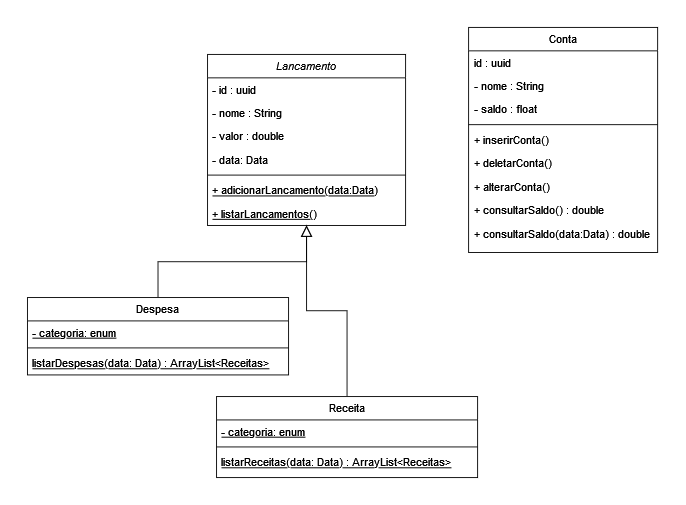
iaraoliveira/dindin keeps this draw.io diagram as .github/diagramaDinDin.drawio.png. Above is the earlier version. Source tidied: cells renumbered, new cells last; positions are measured from the earlier drawing's top-left corner, leaving out a move shared by most shapes. Its diagram source:
```xml
<mxGraphModel>
  <root>
    <mxCell id="0" />
    <mxCell id="1" parent="0" />
    <mxCell id="2" value="Lancamento" style="swimlane;fontStyle=2;align=center;verticalAlign=top;horizontal=1;startSize=26;rounded=0;shadow=0;strokeWidth=1;" parent="1" vertex="1">
      <mxGeometry x="200" y="30" width="220" height="190" as="geometry" />
    </mxCell>
    <mxCell id="3" value="- id : uuid" style="text;align=left;verticalAlign=top;spacingLeft=4;spacingRight=4;overflow=hidden;" parent="2" vertex="1">
      <mxGeometry y="26" width="220" height="26" as="geometry" />
    </mxCell>
    <mxCell id="4" value="- nome : String" style="text;align=left;verticalAlign=top;spacingLeft=4;spacingRight=4;overflow=hidden;" parent="2" vertex="1">
      <mxGeometry y="52" width="220" height="26" as="geometry" />
    </mxCell>
    <mxCell id="5" value="- valor : double" style="text;align=left;verticalAlign=top;spacingLeft=4;spacingRight=4;overflow=hidden;rounded=0;shadow=0;html=0;" parent="2" vertex="1">
      <mxGeometry y="78" width="220" height="26" as="geometry" />
    </mxCell>
    <mxCell id="6" value="- data: Data" style="text;align=left;verticalAlign=top;spacingLeft=4;spacingRight=4;overflow=hidden;rounded=0;shadow=0;html=0;" parent="2" vertex="1">
      <mxGeometry y="104" width="220" height="26" as="geometry" />
    </mxCell>
    <mxCell id="7" style="line;html=1;strokeWidth=1;align=left;verticalAlign=middle;spacingTop=-1;spacingLeft=3;spacingRight=3;labelPosition=right;" parent="2" vertex="1">
      <mxGeometry y="130" width="220" height="8" as="geometry" />
    </mxCell>
    <mxCell id="8" value="+ adicionarLancamento(data:Data)" style="text;align=left;verticalAlign=top;spacingLeft=4;spacingRight=4;overflow=hidden;fontStyle=4;" parent="2" vertex="1">
      <mxGeometry y="138" width="220" height="26" as="geometry" />
    </mxCell>
    <mxCell id="9" value="+ listarLancamentos()" style="text;align=left;verticalAlign=top;spacingLeft=4;spacingRight=4;overflow=hidden;fontStyle=4;" parent="2" vertex="1">
      <mxGeometry y="164" width="220" height="26" as="geometry" />
    </mxCell>
    <mxCell id="10" value="Receita" style="swimlane;fontStyle=0;align=center;verticalAlign=top;horizontal=1;startSize=26;rounded=0;shadow=0;strokeWidth=1;" parent="1" vertex="1">
      <mxGeometry x="210" y="410" width="290" height="90" as="geometry" />
    </mxCell>
    <mxCell id="11" value="- categoria: enum" style="text;align=left;verticalAlign=top;spacingLeft=4;spacingRight=4;overflow=hidden;fontStyle=4;" parent="10" vertex="1">
      <mxGeometry y="26" width="290" height="26" as="geometry" />
    </mxCell>
    <mxCell id="12" style="line;html=1;strokeWidth=1;align=left;verticalAlign=middle;spacingTop=-1;spacingLeft=3;spacingRight=3;labelPosition=right;" parent="10" vertex="1">
      <mxGeometry y="52" width="290" height="8" as="geometry" />
    </mxCell>
    <mxCell id="13" value="listarReceitas(data: Data) : ArrayList&lt;Receitas&gt;" style="text;align=left;verticalAlign=top;spacingLeft=4;spacingRight=4;overflow=hidden;fontStyle=4;" parent="10" vertex="1">
      <mxGeometry y="60" width="290" height="26" as="geometry" />
    </mxCell>
    <mxCell id="14" style="endArrow=block;endSize=10;endFill=0;shadow=0;strokeWidth=1;rounded=0;edgeStyle=elbowEdgeStyle;elbow=vertical;" parent="1" edge="1" source="10" target="2">
      <mxGeometry relative="1" as="geometry" />
    </mxCell>
    <mxCell id="15" value="Despesa" style="swimlane;fontStyle=0;align=center;verticalAlign=top;horizontal=1;startSize=26;rounded=0;shadow=0;strokeWidth=1;" parent="1" vertex="1">
      <mxGeometry y="300" width="290" height="86" as="geometry" />
    </mxCell>
    <mxCell id="16" value="- categoria: enum" style="text;align=left;verticalAlign=top;spacingLeft=4;spacingRight=4;overflow=hidden;fontStyle=4;" parent="15" vertex="1">
      <mxGeometry y="26" width="290" height="26" as="geometry" />
    </mxCell>
    <mxCell id="17" style="line;html=1;strokeWidth=1;align=left;verticalAlign=middle;spacingTop=-1;spacingLeft=3;spacingRight=3;labelPosition=right;" parent="15" vertex="1">
      <mxGeometry y="52" width="290" height="8" as="geometry" />
    </mxCell>
    <mxCell id="18" value="listarDespesas(data: Data) : ArrayList&lt;Receitas&gt;" style="text;align=left;verticalAlign=top;spacingLeft=4;spacingRight=4;overflow=hidden;fontStyle=4;" parent="15" vertex="1">
      <mxGeometry y="60" width="290" height="26" as="geometry" />
    </mxCell>
    <mxCell id="19" style="endArrow=block;endSize=10;endFill=0;shadow=0;strokeWidth=1;rounded=0;edgeStyle=elbowEdgeStyle;elbow=vertical;" parent="1" edge="1" source="15" target="2">
      <mxGeometry relative="1" as="geometry" />
    </mxCell>
    <mxCell id="20" value="Conta" style="swimlane;fontStyle=0;align=center;verticalAlign=top;horizontal=1;startSize=26;rounded=0;shadow=0;strokeWidth=1;" parent="1" vertex="1">
      <mxGeometry x="490" width="210" height="250" as="geometry" />
    </mxCell>
    <mxCell id="21" value="id : uuid" style="text;align=left;verticalAlign=top;spacingLeft=4;spacingRight=4;overflow=hidden;" parent="20" vertex="1">
      <mxGeometry y="26" width="210" height="26" as="geometry" />
    </mxCell>
    <mxCell id="22" value="- nome : String" style="text;align=left;verticalAlign=top;spacingLeft=4;spacingRight=4;overflow=hidden;rounded=0;shadow=0;html=0;" parent="20" vertex="1">
      <mxGeometry y="52" width="210" height="26" as="geometry" />
    </mxCell>
    <mxCell id="23" value="- saldo : float" style="text;align=left;verticalAlign=top;spacingLeft=4;spacingRight=4;overflow=hidden;rounded=0;shadow=0;html=0;" parent="20" vertex="1">
      <mxGeometry y="78" width="210" height="26" as="geometry" />
    </mxCell>
    <mxCell id="24" style="line;html=1;strokeWidth=1;align=left;verticalAlign=middle;spacingTop=-1;spacingLeft=3;spacingRight=3;labelPosition=right;" parent="20" vertex="1">
      <mxGeometry y="104" width="210" height="8" as="geometry" />
    </mxCell>
    <mxCell id="25" value="+ inserirConta()" style="text;align=left;verticalAlign=top;spacingLeft=4;spacingRight=4;overflow=hidden;" parent="20" vertex="1">
      <mxGeometry y="112" width="210" height="26" as="geometry" />
    </mxCell>
    <mxCell id="26" value="+ deletarConta()" style="text;align=left;verticalAlign=top;spacingLeft=4;spacingRight=4;overflow=hidden;" parent="20" vertex="1">
      <mxGeometry y="138" width="210" height="26" as="geometry" />
    </mxCell>
    <mxCell id="27" value="+ alterarConta()" style="text;align=left;verticalAlign=top;spacingLeft=4;spacingRight=4;overflow=hidden;" parent="20" vertex="1">
      <mxGeometry y="164" width="210" height="26" as="geometry" />
    </mxCell>
    <mxCell id="28" value="+ consultarSaldo() : double" style="text;align=left;verticalAlign=top;spacingLeft=4;spacingRight=4;overflow=hidden;" parent="20" vertex="1">
      <mxGeometry y="190" width="210" height="26" as="geometry" />
    </mxCell>
    <mxCell id="29" value="+ consultarSaldo(data:Data) : double" style="text;align=left;verticalAlign=top;spacingLeft=4;spacingRight=4;overflow=hidden;" parent="20" vertex="1">
      <mxGeometry y="216" width="210" height="26" as="geometry" />
    </mxCell>
  </root>
</mxGraphModel>
```
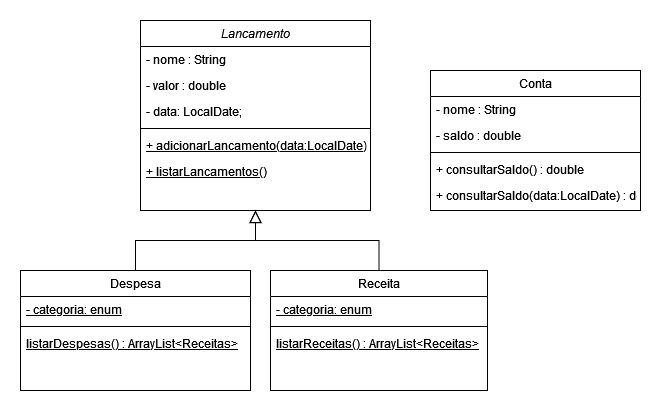
Later version of the same file.

Commit message:
ajusta nome do arquivo da imagem do diagrama

Diff of the diagram source:
```diff
@@ -3,88 +3,73 @@
     <mxCell id="0" />
     <mxCell id="1" parent="0" />
     <mxCell id="2" value="Lancamento" style="swimlane;fontStyle=2;align=center;verticalAlign=top;horizontal=1;startSize=26;rounded=0;shadow=0;strokeWidth=1;" parent="1" vertex="1">
-      <mxGeometry x="200" y="30" width="220" height="190" as="geometry" />
+      <mxGeometry x="200" y="30" width="230" height="190" as="geometry" />
     </mxCell>
-    <mxCell id="3" value="- id : uuid" style="text;align=left;verticalAlign=top;spacingLeft=4;spacingRight=4;overflow=hidden;" parent="2" vertex="1">
-      <mxGeometry y="26" width="220" height="26" as="geometry" />
-    </mxCell>
     <mxCell id="4" value="- nome : String" style="text;align=left;verticalAlign=top;spacingLeft=4;spacingRight=4;overflow=hidden;" parent="2" vertex="1">
-      <mxGeometry y="52" width="220" height="26" as="geometry" />
+      <mxGeometry y="26" width="230" height="26" as="geometry" />
     </mxCell>
     <mxCell id="5" value="- valor : double" style="text;align=left;verticalAlign=top;spacingLeft=4;spacingRight=4;overflow=hidden;rounded=0;shadow=0;html=0;" parent="2" vertex="1">
-      <mxGeometry y="78" width="220" height="26" as="geometry" />
+      <mxGeometry y="52" width="230" height="26" as="geometry" />
     </mxCell>
-    <mxCell id="6" value="- data: Data" style="text;align=left;verticalAlign=top;spacingLeft=4;spacingRight=4;overflow=hidden;rounded=0;shadow=0;html=0;" parent="2" vertex="1">
-      <mxGeometry y="104" width="220" height="26" as="geometry" />
+    <mxCell id="6" value="- data: LocalDate;" style="text;align=left;verticalAlign=top;spacingLeft=4;spacingRight=4;overflow=hidden;rounded=0;shadow=0;html=0;" parent="2" vertex="1">
+      <mxGeometry y="78" width="230" height="26" as="geometry" />
     </mxCell>
     <mxCell id="7" style="line;html=1;strokeWidth=1;align=left;verticalAlign=middle;spacingTop=-1;spacingLeft=3;spacingRight=3;labelPosition=right;" parent="2" vertex="1">
-      <mxGeometry y="130" width="220" height="8" as="geometry" />
+      <mxGeometry y="104" width="230" height="8" as="geometry" />
     </mxCell>
-    <mxCell id="8" value="+ adicionarLancamento(data:Data)" style="text;align=left;verticalAlign=top;spacingLeft=4;spacingRight=4;overflow=hidden;fontStyle=4;" parent="2" vertex="1">
-      <mxGeometry y="138" width="220" height="26" as="geometry" />
+    <mxCell id="8" value="+ adicionarLancamento(data:LocalDate)" style="text;align=left;verticalAlign=top;spacingLeft=4;spacingRight=4;overflow=hidden;fontStyle=4;" parent="2" vertex="1">
+      <mxGeometry y="112" width="230" height="26" as="geometry" />
     </mxCell>
     <mxCell id="9" value="+ listarLancamentos()" style="text;align=left;verticalAlign=top;spacingLeft=4;spacingRight=4;overflow=hidden;fontStyle=4;" parent="2" vertex="1">
-      <mxGeometry y="164" width="220" height="26" as="geometry" />
+      <mxGeometry y="138" width="230" height="26" as="geometry" />
     </mxCell>
     <mxCell id="10" value="Receita" style="swimlane;fontStyle=0;align=center;verticalAlign=top;horizontal=1;startSize=26;rounded=0;shadow=0;strokeWidth=1;" parent="1" vertex="1">
-      <mxGeometry x="210" y="410" width="290" height="90" as="geometry" />
+      <mxGeometry x="330" y="280" width="217" height="120" as="geometry" />
     </mxCell>
     <mxCell id="11" value="- categoria: enum" style="text;align=left;verticalAlign=top;spacingLeft=4;spacingRight=4;overflow=hidden;fontStyle=4;" parent="10" vertex="1">
-      <mxGeometry y="26" width="290" height="26" as="geometry" />
+      <mxGeometry y="26" width="217" height="26" as="geometry" />
     </mxCell>
     <mxCell id="12" style="line;html=1;strokeWidth=1;align=left;verticalAlign=middle;spacingTop=-1;spacingLeft=3;spacingRight=3;labelPosition=right;" parent="10" vertex="1">
-      <mxGeometry y="52" width="290" height="8" as="geometry" />
+      <mxGeometry y="52" width="217" height="8" as="geometry" />
     </mxCell>
-    <mxCell id="13" value="listarReceitas(data: Data) : ArrayList&lt;Receitas&gt;" style="text;align=left;verticalAlign=top;spacingLeft=4;spacingRight=4;overflow=hidden;fontStyle=4;" parent="10" vertex="1">
-      <mxGeometry y="60" width="290" height="26" as="geometry" />
+    <mxCell id="13" value="listarReceitas() : ArrayList&lt;Receitas&gt;" style="text;align=left;verticalAlign=top;spacingLeft=4;spacingRight=4;overflow=hidden;fontStyle=4;" parent="10" vertex="1">
+      <mxGeometry y="60" width="217" height="26" as="geometry" />
     </mxCell>
     <mxCell id="14" style="endArrow=block;endSize=10;endFill=0;shadow=0;strokeWidth=1;rounded=0;edgeStyle=elbowEdgeStyle;elbow=vertical;" parent="1" edge="1" source="10" target="2">
       <mxGeometry relative="1" as="geometry" />
     </mxCell>
     <mxCell id="15" value="Despesa" style="swimlane;fontStyle=0;align=center;verticalAlign=top;horizontal=1;startSize=26;rounded=0;shadow=0;strokeWidth=1;" parent="1" vertex="1">
-      <mxGeometry y="300" width="290" height="86" as="geometry" />
+      <mxGeometry x="80" y="280" width="230" height="120" as="geometry" />
     </mxCell>
     <mxCell id="16" value="- categoria: enum" style="text;align=left;verticalAlign=top;spacingLeft=4;spacingRight=4;overflow=hidden;fontStyle=4;" parent="15" vertex="1">
-      <mxGeometry y="26" width="290" height="26" as="geometry" />
+      <mxGeometry y="26" width="230" height="26" as="geometry" />
     </mxCell>
     <mxCell id="17" style="line;html=1;strokeWidth=1;align=left;verticalAlign=middle;spacingTop=-1;spacingLeft=3;spacingRight=3;labelPosition=right;" parent="15" vertex="1">
-      <mxGeometry y="52" width="290" height="8" as="geometry" />
+      <mxGeometry y="52" width="230" height="8" as="geometry" />
     </mxCell>
-    <mxCell id="18" value="listarDespesas(data: Data) : ArrayList&lt;Receitas&gt;" style="text;align=left;verticalAlign=top;spacingLeft=4;spacingRight=4;overflow=hidden;fontStyle=4;" parent="15" vertex="1">
-      <mxGeometry y="60" width="290" height="26" as="geometry" />
+    <mxCell id="18" value="listarDespesas() : ArrayList&lt;Receitas&gt;" style="text;align=left;verticalAlign=top;spacingLeft=4;spacingRight=4;overflow=hidden;fontStyle=4;" parent="15" vertex="1">
+      <mxGeometry y="60" width="230" height="26" as="geometry" />
     </mxCell>
     <mxCell id="19" style="endArrow=block;endSize=10;endFill=0;shadow=0;strokeWidth=1;rounded=0;edgeStyle=elbowEdgeStyle;elbow=vertical;" parent="1" edge="1" source="15" target="2">
       <mxGeometry relative="1" as="geometry" />
     </mxCell>
     <mxCell id="20" value="Conta" style="swimlane;fontStyle=0;align=center;verticalAlign=top;horizontal=1;startSize=26;rounded=0;shadow=0;strokeWidth=1;" parent="1" vertex="1">
-      <mxGeometry x="490" width="210" height="250" as="geometry" />
+      <mxGeometry x="490" y="80" width="210" height="140" as="geometry" />
     </mxCell>
-    <mxCell id="21" value="id : uuid" style="text;align=left;verticalAlign=top;spacingLeft=4;spacingRight=4;overflow=hidden;" parent="20" vertex="1">
-      <mxGeometry y="26" width="210" height="26" as="geometry" />
-    </mxCell>
     <mxCell id="22" value="- nome : String" style="text;align=left;verticalAlign=top;spacingLeft=4;spacingRight=4;overflow=hidden;rounded=0;shadow=0;html=0;" parent="20" vertex="1">
-      <mxGeometry y="52" width="210" height="26" as="geometry" />
+      <mxGeometry y="26" width="210" height="26" as="geometry" />
     </mxCell>
-    <mxCell id="23" value="- saldo : float" style="text;align=left;verticalAlign=top;spacingLeft=4;spacingRight=4;overflow=hidden;rounded=0;shadow=0;html=0;" parent="20" vertex="1">
-      <mxGeometry y="78" width="210" height="26" as="geometry" />
+    <mxCell id="23" value="- saldo : double" style="text;align=left;verticalAlign=top;spacingLeft=4;spacingRight=4;overflow=hidden;rounded=0;shadow=0;html=0;" parent="20" vertex="1">
+      <mxGeometry y="52" width="210" height="26" as="geometry" />
     </mxCell>
     <mxCell id="24" style="line;html=1;strokeWidth=1;align=left;verticalAlign=middle;spacingTop=-1;spacingLeft=3;spacingRight=3;labelPosition=right;" parent="20" vertex="1">
-      <mxGeometry y="104" width="210" height="8" as="geometry" />
+      <mxGeometry y="78" width="210" height="8" as="geometry" />
     </mxCell>
-    <mxCell id="25" value="+ inserirConta()" style="text;align=left;verticalAlign=top;spacingLeft=4;spacingRight=4;overflow=hidden;" parent="20" vertex="1">
-      <mxGeometry y="112" width="210" height="26" as="geometry" />
-    </mxCell>
-    <mxCell id="26" value="+ deletarConta()" style="text;align=left;verticalAlign=top;spacingLeft=4;spacingRight=4;overflow=hidden;" parent="20" vertex="1">
-      <mxGeometry y="138" width="210" height="26" as="geometry" />
-    </mxCell>
-    <mxCell id="27" value="+ alterarConta()" style="text;align=left;verticalAlign=top;spacingLeft=4;spacingRight=4;overflow=hidden;" parent="20" vertex="1">
-      <mxGeometry y="164" width="210" height="26" as="geometry" />
-    </mxCell>
     <mxCell id="28" value="+ consultarSaldo() : double" style="text;align=left;verticalAlign=top;spacingLeft=4;spacingRight=4;overflow=hidden;" parent="20" vertex="1">
-      <mxGeometry y="190" width="210" height="26" as="geometry" />
+      <mxGeometry y="86" width="210" height="26" as="geometry" />
     </mxCell>
-    <mxCell id="29" value="+ consultarSaldo(data:Data) : double" style="text;align=left;verticalAlign=top;spacingLeft=4;spacingRight=4;overflow=hidden;" parent="20" vertex="1">
-      <mxGeometry y="216" width="210" height="26" as="geometry" />
+    <mxCell id="29" value="+ consultarSaldo(data:LocalDate) : double" style="text;align=left;verticalAlign=top;spacingLeft=4;spacingRight=4;overflow=hidden;" parent="20" vertex="1">
+      <mxGeometry y="112" width="210" height="26" as="geometry" />
     </mxCell>
   </root>
 </mxGraphModel>
```
